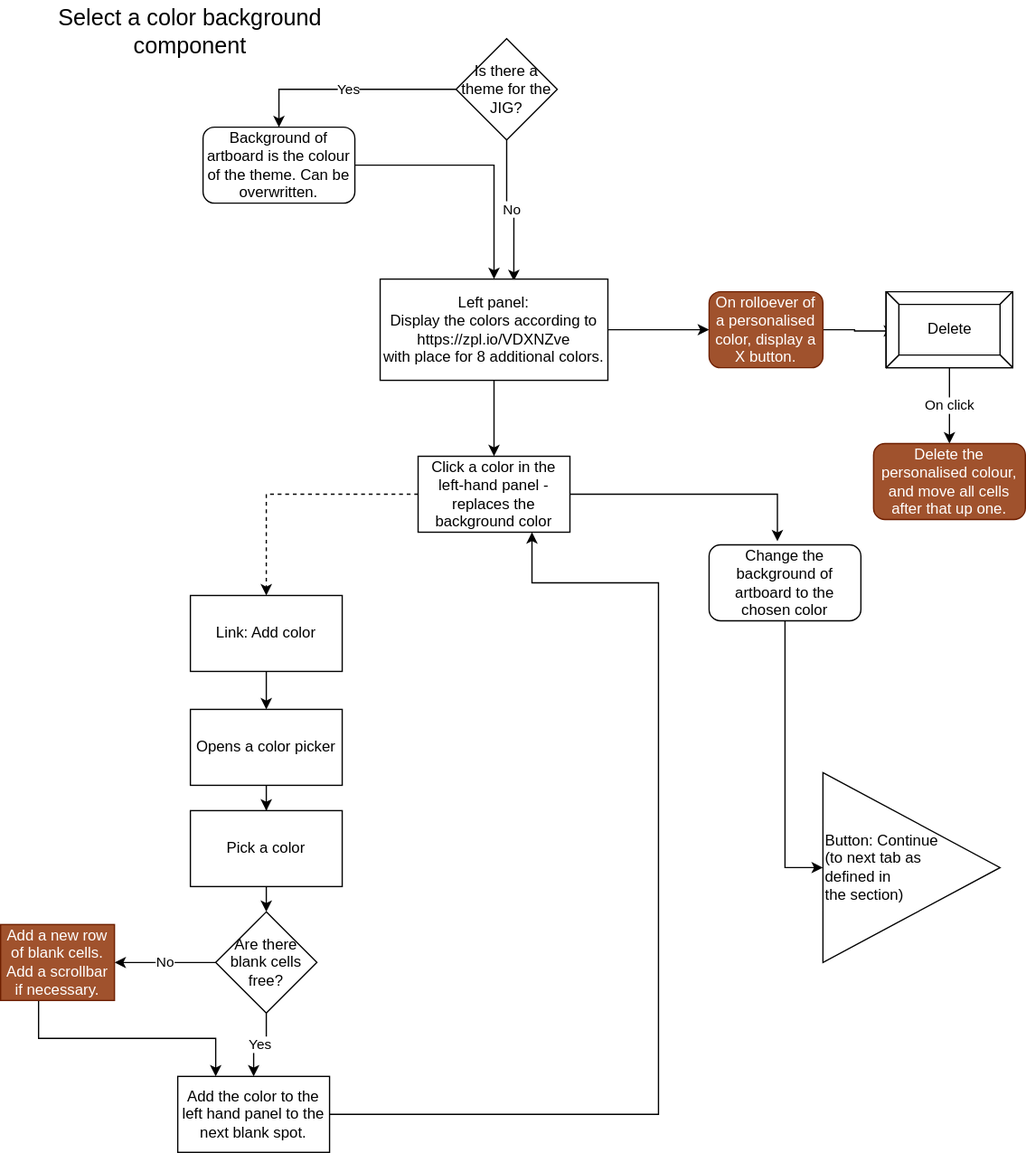
The draw.io diagram modules/components/select-color.drawio.svg in ji-devs/ji-cloud-flowcharts, before a commit. Source tidied: cells renumbered, new cells last; positions are measured from the earlier drawing's top-left corner, leaving out a move shared by most shapes.
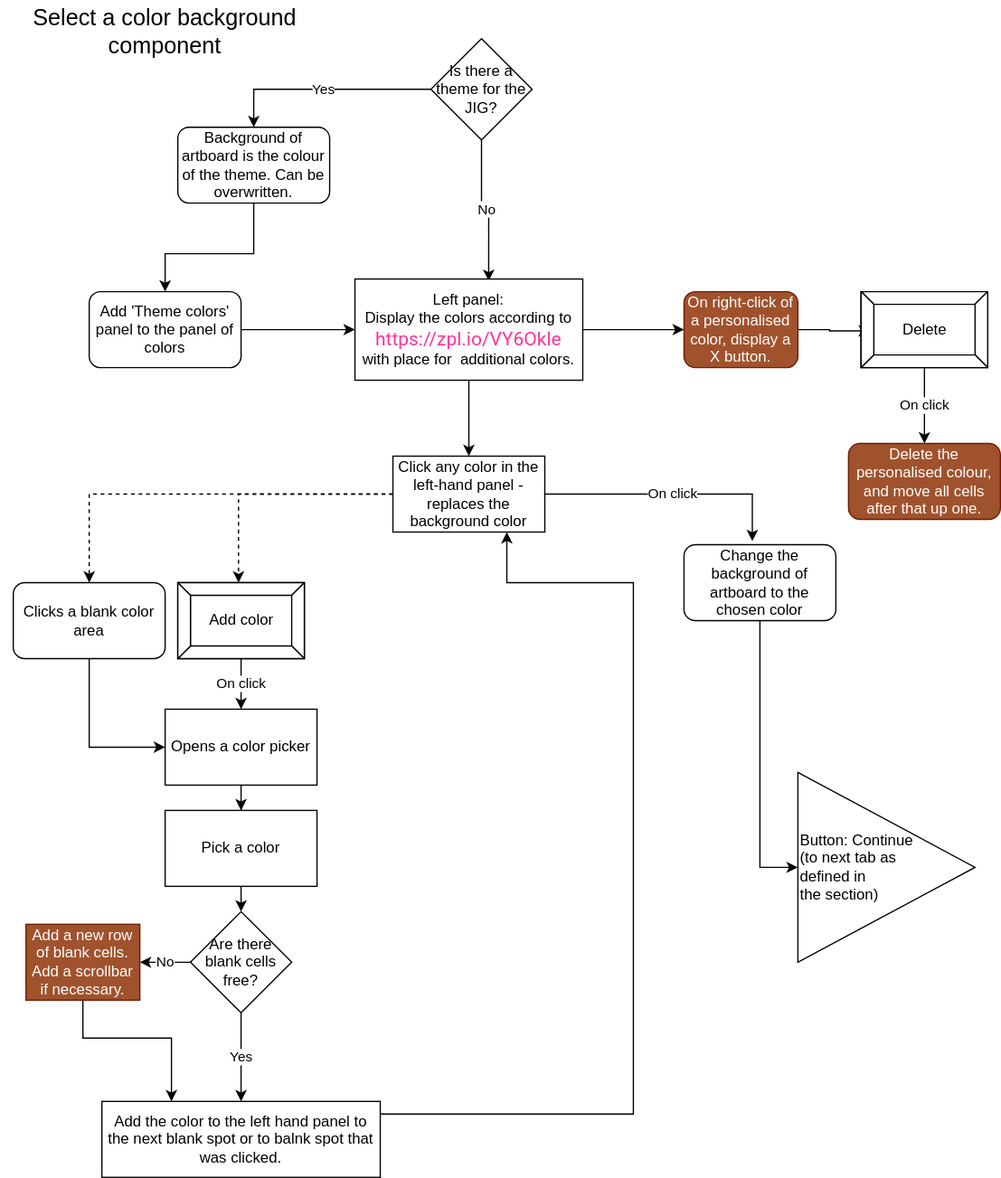
The same file after the commit.

Commit message:
updated flowchart according to Gali's changes

The edit, as a diff of the source:
```diff
@@ -14,9 +14,14 @@
     <mxCell id="5" value="Is there a theme for the JIG?" style="rhombus;whiteSpace=wrap;html=1;" parent="1" vertex="1">
       <mxGeometry x="360" y="30" width="80" height="80" as="geometry" />
     </mxCell>
-    <mxCell id="6" style="edgeStyle=orthogonalEdgeStyle;rounded=0;jettySize=auto;html=1;entryX=0.5;entryY=0;entryDx=0;entryDy=0;" parent="1" edge="1" source="7" target="10">
-      <mxGeometry relative="1" as="geometry" />
-    </mxCell>
+    <mxCell id="35" style="edgeStyle=orthogonalEdgeStyle;rounded=0;jettySize=auto;html=1;" parent="1" edge="1" source="7" target="37">
+      <mxGeometry relative="1" as="geometry">
+        <Array as="points">
+          <mxPoint x="220" y="200" />
+          <mxPoint x="150" y="200" />
+        </Array>
+      </mxGeometry>
+    </mxCell>
     <mxCell id="7" value="Background of artboard is the colour of the theme. Can be overwritten." style="rounded=1;whiteSpace=wrap;html=1;" parent="1" vertex="1">
       <mxGeometry x="160" y="100" width="120" height="60" as="geometry" />
     </mxCell>
@@ -26,24 +31,21 @@
     <mxCell id="9" style="edgeStyle=orthogonalEdgeStyle;rounded=0;jettySize=auto;html=1;entryX=0;entryY=0.5;entryDx=0;entryDy=0;" parent="1" edge="1" source="10" target="31">
       <mxGeometry relative="1" as="geometry" />
     </mxCell>
-    <mxCell id="10" value="Left panel:&lt;br&gt;Display the colors according to&amp;nbsp;&lt;br&gt;https://zpl.io/VDXNZve&amp;nbsp;&lt;br&gt;with place for 8 additional colors." style="rounded=0;whiteSpace=wrap;html=1;" parent="1" vertex="1">
+    <mxCell id="10" value="Left panel:&lt;br&gt;Display the colors according to&amp;nbsp;&lt;br&gt;&lt;div&gt;&lt;span style=&quot;font-size: 15px&quot;&gt;&lt;font face=&quot;Roboto, Helvetica, sans-serif&quot; color=&quot;#ff3399&quot;&gt;https://zpl.io/VY6Okle&lt;/font&gt;&lt;/span&gt;&lt;/div&gt;&lt;div&gt;&lt;span&gt;with place for&amp;nbsp; additional colors.&lt;/span&gt;&lt;/div&gt;" style="rounded=0;whiteSpace=wrap;html=1;" parent="1" vertex="1">
       <mxGeometry x="300" y="220" width="180" height="80" as="geometry" />
     </mxCell>
-    <mxCell id="11" style="edgeStyle=orthogonalEdgeStyle;rounded=0;jettySize=auto;html=1;entryX=0.45;entryY=-0.047;entryDx=0;entryDy=0;entryPerimeter=0;" parent="1" edge="1" source="13" target="19">
+    <mxCell id="11" value="On click" style="edgeStyle=orthogonalEdgeStyle;rounded=0;jettySize=auto;html=1;entryX=0.45;entryY=-0.047;entryDx=0;entryDy=0;entryPerimeter=0;" parent="1" edge="1" source="13" target="19">
       <mxGeometry relative="1" as="geometry" />
     </mxCell>
-    <mxCell id="12" style="edgeStyle=orthogonalEdgeStyle;rounded=0;jettySize=auto;html=1;entryX=0.5;entryY=0;entryDx=0;entryDy=0;dashed=1;" parent="1" edge="1" source="13" target="15">
+    <mxCell id="12" style="edgeStyle=orthogonalEdgeStyle;rounded=0;jettySize=auto;html=1;entryX=0.48;entryY=0;entryDx=0;entryDy=0;dashed=1;entryPerimeter=0;" parent="1" edge="1" source="13" target="38">
       <mxGeometry relative="1" as="geometry" />
     </mxCell>
-    <mxCell id="13" value="Click a color in the left-hand panel - replaces the background color" style="rounded=0;whiteSpace=wrap;html=1;" parent="1" vertex="1">
+    <mxCell id="13" value="Click any color in the left-hand panel - replaces the background color" style="rounded=0;whiteSpace=wrap;html=1;" parent="1" vertex="1">
       <mxGeometry x="330" y="360" width="120" height="60" as="geometry" />
     </mxCell>
-    <mxCell id="14" style="edgeStyle=orthogonalEdgeStyle;rounded=0;jettySize=auto;html=1;exitX=0.5;exitY=1;exitDx=0;exitDy=0;entryX=0.5;entryY=0;entryDx=0;entryDy=0;" parent="1" edge="1" source="15" target="17">
+    <mxCell id="14" value="On click" style="edgeStyle=orthogonalEdgeStyle;rounded=0;jettySize=auto;html=1;entryX=0.5;entryY=0;entryDx=0;entryDy=0;" parent="1" edge="1" source="38" target="17">
       <mxGeometry relative="1" as="geometry" />
     </mxCell>
-    <mxCell id="15" value="Link: Add color" style="rounded=0;whiteSpace=wrap;html=1;" parent="1" vertex="1">
-      <mxGeometry x="150" y="470" width="120" height="60" as="geometry" />
-    </mxCell>
     <mxCell id="16" style="edgeStyle=orthogonalEdgeStyle;rounded=0;jettySize=auto;html=1;exitX=0.5;exitY=1;exitDx=0;exitDy=0;" parent="1" edge="1" source="17" target="21">
       <mxGeometry relative="1" as="geometry" />
     </mxCell>
@@ -71,8 +73,8 @@
         </Array>
       </mxGeometry>
     </mxCell>
-    <mxCell id="23" value="Add the color to the left hand panel to the next blank spot." style="rounded=0;whiteSpace=wrap;html=1;" parent="1" vertex="1">
-      <mxGeometry x="140" y="850" width="120" height="60" as="geometry" />
+    <mxCell id="23" value="Add the color to the left hand panel to the next blank spot or to balnk spot that was clicked." style="rounded=0;whiteSpace=wrap;html=1;" parent="1" vertex="1">
+      <mxGeometry x="100" y="870" width="220" height="60" as="geometry" />
     </mxCell>
     <mxCell id="24" value="Yes" style="edgeStyle=orthogonalEdgeStyle;rounded=0;jettySize=auto;html=1;" parent="1" edge="1" source="26" target="23">
       <mxGeometry relative="1" as="geometry" />
@@ -83,16 +85,16 @@
     <mxCell id="26" value="Are there blank cells free?" style="rhombus;whiteSpace=wrap;html=1;" parent="1" vertex="1">
       <mxGeometry x="170" y="720" width="80" height="80" as="geometry" />
     </mxCell>
-    <mxCell id="27" style="edgeStyle=orthogonalEdgeStyle;rounded=0;jettySize=auto;html=1;entryX=0.25;entryY=0;entryDx=0;entryDy=0;" parent="1" edge="1" source="28" target="23">
+    <mxCell id="27" style="edgeStyle=orthogonalEdgeStyle;rounded=0;jettySize=auto;html=1;entryX=0.25;entryY=0;entryDx=0;entryDy=0;exitX=0.5;exitY=1;exitDx=0;exitDy=0;" parent="1" edge="1" source="28" target="23">
       <mxGeometry relative="1" as="geometry">
         <Array as="points">
-          <mxPoint x="30" y="820" />
-          <mxPoint x="170" y="820" />
+          <mxPoint x="85" y="820" />
+          <mxPoint x="155" y="820" />
         </Array>
       </mxGeometry>
     </mxCell>
     <mxCell id="28" value="Add a new row of blank cells. Add a scrollbar if necessary." style="rounded=0;whiteSpace=wrap;html=1;fillColor=#a0522d;strokeColor=#6D1F00;fontColor=#ffffff;" parent="1" vertex="1">
-      <mxGeometry y="730" width="90" height="60" as="geometry" />
+      <mxGeometry x="40" y="730" width="90" height="60" as="geometry" />
     </mxCell>
     <mxCell id="29" value="Button: Continue&lt;br&gt;&amp;nbsp;(to next tab as &lt;br&gt;defined in &lt;br&gt;the section)" style="triangle;whiteSpace=wrap;html=1;align=left;" parent="1" vertex="1">
       <mxGeometry x="650" y="610" width="140" height="150" as="geometry" />
@@ -100,7 +102,7 @@
     <mxCell id="30" style="edgeStyle=orthogonalEdgeStyle;rounded=0;jettySize=auto;html=1;entryX=0.07;entryY=0.517;entryDx=0;entryDy=0;entryPerimeter=0;" parent="1" edge="1" source="31" target="33">
       <mxGeometry relative="1" as="geometry" />
     </mxCell>
-    <mxCell id="31" value="On rolloever of a personalised color, display a X button." style="rounded=1;whiteSpace=wrap;html=1;fillColor=#a0522d;strokeColor=#6D1F00;fontColor=#ffffff;" parent="1" vertex="1">
+    <mxCell id="31" value="On right-click of a personalised color, display a X button." style="rounded=1;whiteSpace=wrap;html=1;fillColor=#a0522d;strokeColor=#6D1F00;fontColor=#ffffff;" parent="1" vertex="1">
       <mxGeometry x="560" y="230" width="90" height="60" as="geometry" />
     </mxCell>
     <mxCell id="32" value="On click" style="edgeStyle=orthogonalEdgeStyle;rounded=0;jettySize=auto;html=1;entryX=0.5;entryY=0;entryDx=0;entryDy=0;" parent="1" edge="1" source="33" target="34">
@@ -112,5 +114,23 @@
     <mxCell id="34" value="Delete the personalised colour, and move all cells after that up one." style="rounded=1;whiteSpace=wrap;html=1;fillColor=#a0522d;strokeColor=#6D1F00;fontColor=#ffffff;" parent="1" vertex="1">
       <mxGeometry x="690" y="350" width="120" height="60" as="geometry" />
     </mxCell>
+    <mxCell id="36" style="edgeStyle=orthogonalEdgeStyle;rounded=0;jettySize=auto;html=1;exitX=1;exitY=0.5;exitDx=0;exitDy=0;" parent="1" edge="1" source="37" target="10">
+      <mxGeometry relative="1" as="geometry" />
+    </mxCell>
+    <mxCell id="37" value="Add 'Theme colors' panel to the panel of colors" style="whiteSpace=wrap;html=1;rounded=1;" parent="1" vertex="1">
+      <mxGeometry x="90" y="230" width="120" height="60" as="geometry" />
+    </mxCell>
+    <mxCell id="38" value="Add color" style="labelPosition=center;verticalLabelPosition=middle;align=center;html=1;shape=mxgraph.basic.button;dx=10;" parent="1" vertex="1">
+      <mxGeometry x="160" y="460" width="100" height="60" as="geometry" />
+    </mxCell>
+    <mxCell id="39" style="edgeStyle=orthogonalEdgeStyle;rounded=0;jettySize=auto;html=1;entryX=0;entryY=0.5;entryDx=0;entryDy=0;" parent="1" edge="1" source="40" target="17">
+      <mxGeometry relative="1" as="geometry" />
+    </mxCell>
+    <mxCell id="40" value="Clicks a blank color area" style="whiteSpace=wrap;html=1;rounded=1;" parent="1" vertex="1">
+      <mxGeometry x="30" y="460" width="120" height="60" as="geometry" />
+    </mxCell>
+    <mxCell id="41" style="edgeStyle=orthogonalEdgeStyle;rounded=0;jettySize=auto;html=1;entryX=0.5;entryY=0;entryDx=0;entryDy=0;dashed=1;exitX=0;exitY=0.5;exitDx=0;exitDy=0;" parent="1" edge="1" source="13" target="40">
+      <mxGeometry relative="1" as="geometry" />
+    </mxCell>
   </root>
 </mxGraphModel>
```
